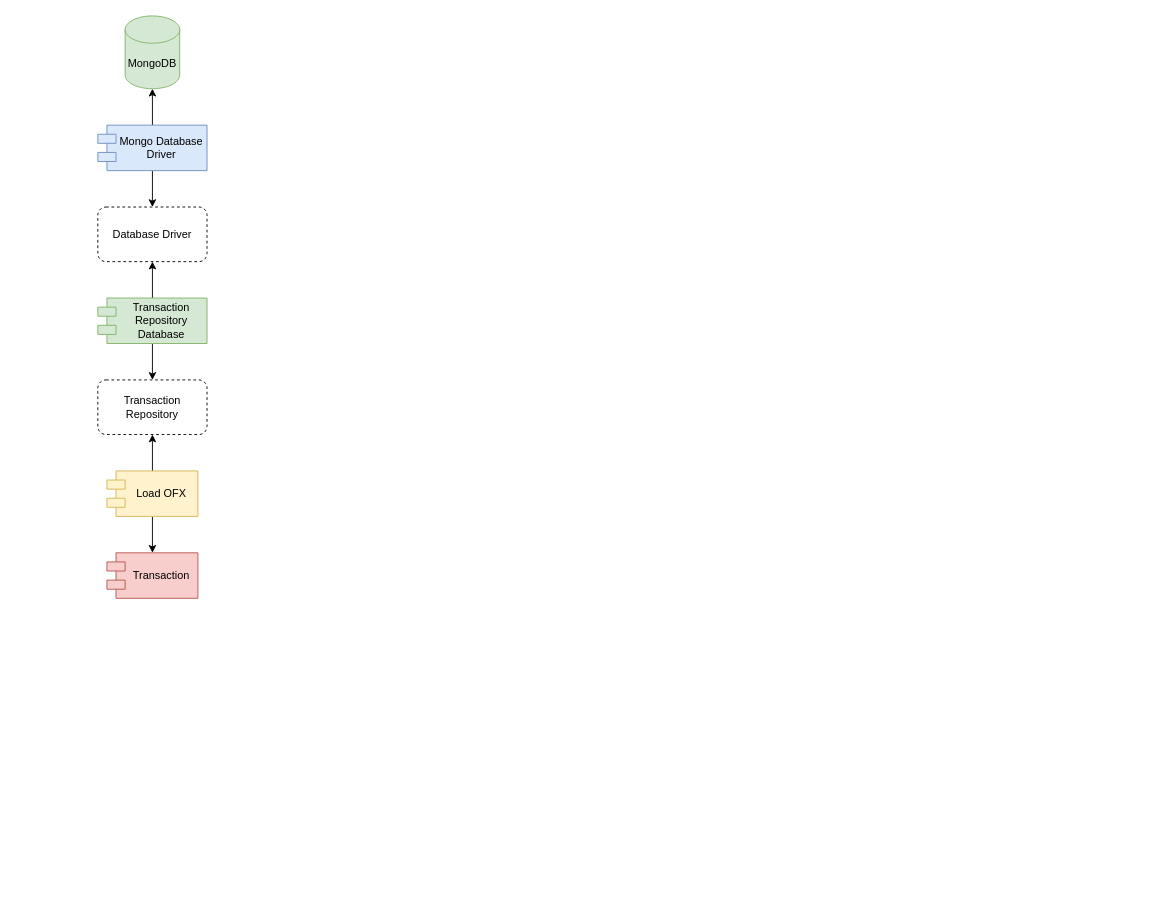
Above: page "load-ofx" (3 of 3) of System-Design.drawio in budget-saas/System-Design (draw.io), before the change. Source tidied: cells renumbered, new cells numbered last; positions are measured from the earlier drawing's top-left corner, leaving out a move shared by most shapes. Both pictures are drawn from the tidied source at 91%, with x=0, y=0 at pixel (97, 15).
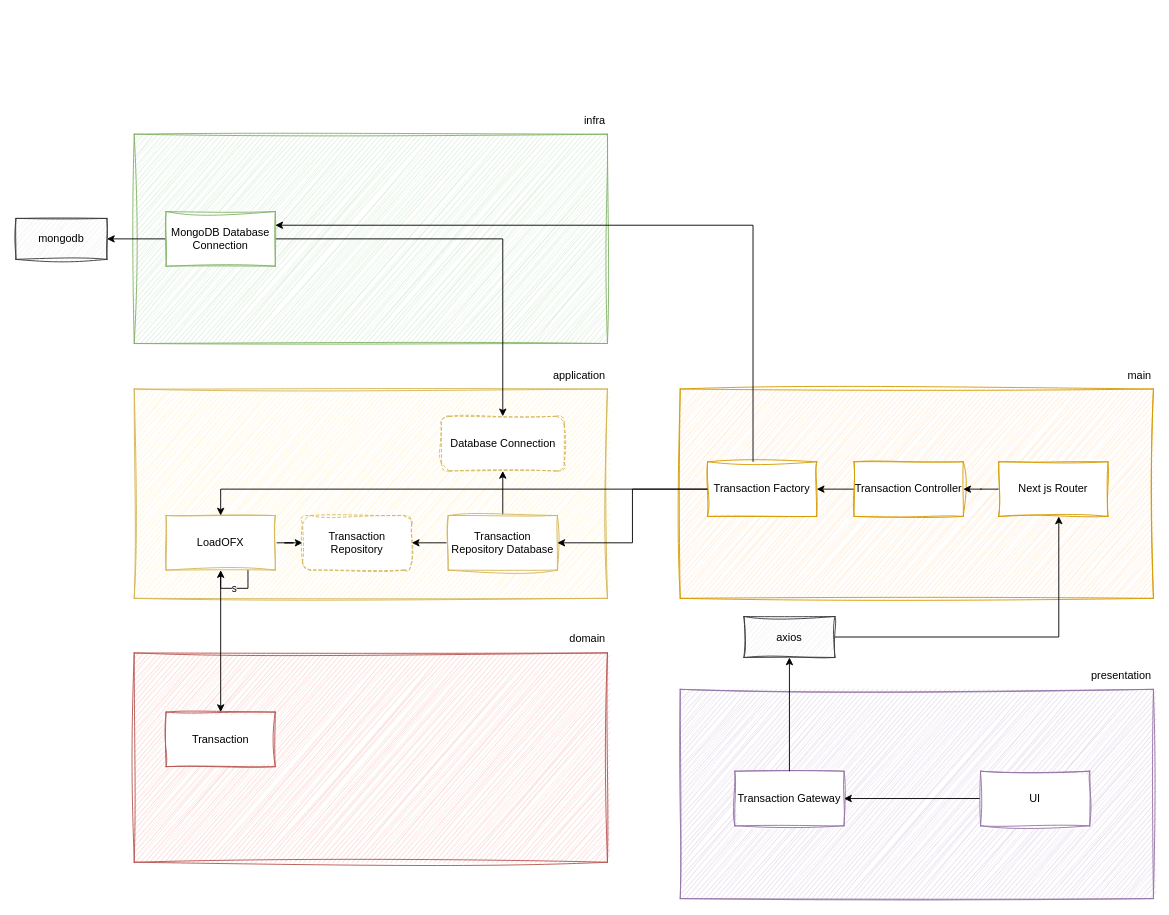
Above is the later version.

What changed in the source:
```diff
@@
-    <mxCell id="2" style="edgeStyle=orthogonalEdgeStyle;rounded=0;jettySize=auto;html=1;" parent="1" edge="1" source="4" target="5">
-      <mxGeometry relative="1" as="geometry" />
-    </mxCell>
-    <mxCell id="3" style="edgeStyle=orthogonalEdgeStyle;rounded=0;jettySize=auto;html=1;entryX=0.5;entryY=1;entryDx=0;entryDy=0;" parent="1" edge="1" source="4" target="6">
-      <mxGeometry relative="1" as="geometry" />
-    </mxCell>
-    <mxCell id="4" value="Load OFX" style="shape=module;align=left;spacingLeft=20;align=center;verticalAlign=middle;whiteSpace=wrap;html=1;fillColor=#fff2cc;strokeColor=#d6b656;" parent="1" vertex="1">
-      <mxGeometry x="10" y="500" width="100" height="50" as="geometry" />
-    </mxCell>
+    <mxCell id="15" style="group;" parent="1" vertex="1">
+      <mxGeometry x="40" y="100" width="520" height="260" as="geometry" />
+    </mxCell>
+    <mxCell id="16" style="rounded=0;whiteSpace=wrap;html=1;sketch=1;curveFitting=1;jiggle=2;fillColor=#d5e8d4;strokeColor=#82b366;" parent="15" vertex="1">
+      <mxGeometry y="30" width="520" height="230" as="geometry" />
+    </mxCell>
+    <mxCell id="17" value="infra" style="text;html=1;align=right;verticalAlign=middle;whiteSpace=wrap;rounded=0;" parent="15" vertex="1">
+      <mxGeometry x="460" width="60" height="30" as="geometry" />
+    </mxCell>
+    <mxCell id="18" style="group;" parent="1" vertex="1">
+      <mxGeometry x="40" y="380" width="520" height="260" as="geometry" />
+    </mxCell>
+    <mxCell id="19" style="rounded=0;whiteSpace=wrap;html=1;sketch=1;curveFitting=1;jiggle=2;fillColor=#fff2cc;strokeColor=#D6B656;" parent="18" vertex="1">
+      <mxGeometry y="30" width="520" height="230" as="geometry" />
+    </mxCell>
+    <mxCell id="20" value="application" style="text;html=1;align=right;verticalAlign=middle;whiteSpace=wrap;rounded=0;" parent="18" vertex="1">
+      <mxGeometry x="460" width="60" height="30" as="geometry" />
+    </mxCell>
+    <mxCell id="21" style="group;" parent="1" vertex="1">
+      <mxGeometry x="40" y="670" width="520" height="260" as="geometry" />
+    </mxCell>
+    <mxCell id="22" style="rounded=0;whiteSpace=wrap;html=1;sketch=1;curveFitting=1;jiggle=2;fillColor=#f8cecc;strokeColor=#b85450;" parent="21" vertex="1">
+      <mxGeometry y="30" width="520" height="230" as="geometry" />
+    </mxCell>
+    <mxCell id="23" value="domain" style="text;html=1;align=right;verticalAlign=middle;whiteSpace=wrap;rounded=0;" parent="21" vertex="1">
+      <mxGeometry x="460" width="60" height="30" as="geometry" />
+    </mxCell>
-    <mxCell id="5" value="Transaction" style="shape=module;align=left;spacingLeft=20;align=center;verticalAlign=middle;whiteSpace=wrap;html=1;fillColor=#f8cecc;strokeColor=#b85450;" parent="1" vertex="1">
-      <mxGeometry x="10" y="590" width="100" height="50" as="geometry" />
+    <mxCell id="5" value="Transaction" style="rounded=0;whiteSpace=wrap;html=1;strokeColor=#B85450;sketch=1;curveFitting=1;jiggle=2;" parent="1" vertex="1">
+      <mxGeometry x="75" y="765" width="120" height="60" as="geometry" />
     </mxCell>
+    <mxCell id="24" style="edgeStyle=orthogonalEdgeStyle;rounded=0;jettySize=auto;html=1;" parent="1" edge="1" source="26" target="6">
+      <mxGeometry relative="1" as="geometry" />
+    </mxCell>
+    <mxCell id="25" style="edgeStyle=orthogonalEdgeStyle;rounded=0;jettySize=auto;html=1;entryX=0.5;entryY=0;entryDx=0;entryDy=0;" parent="1" edge="1" source="26" target="5">
+      <mxGeometry relative="1" as="geometry" />
+    </mxCell>
+    <mxCell id="26" value="LoadOFX" style="rounded=0;whiteSpace=wrap;html=1;strokeColor=#D6B656;sketch=1;curveFitting=1;jiggle=2;" parent="1" vertex="1">
+      <mxGeometry x="75" y="549" width="120" height="60" as="geometry" />
+    </mxCell>
-    <mxCell id="6" value="Transaction Repository" style="rounded=1;whiteSpace=wrap;html=1;dashed=1;" parent="1" vertex="1">
-      <mxGeometry y="400" width="120" height="60" as="geometry" />
+    <mxCell id="6" value="Transaction Repository" style="rounded=1;whiteSpace=wrap;html=1;strokeColor=#D6B656;dashed=1;sketch=1;curveFitting=1;jiggle=2;" parent="1" vertex="1">
+      <mxGeometry x="225" y="549" width="120" height="60" as="geometry" />
     </mxCell>
@@
-    <mxCell id="8" style="edgeStyle=orthogonalEdgeStyle;rounded=0;jettySize=auto;html=1;" parent="1" edge="1" source="9" target="10">
-      <mxGeometry relative="1" as="geometry" />
-    </mxCell>
+    <mxCell id="27" style="edgeStyle=orthogonalEdgeStyle;rounded=0;jettySize=auto;html=1;" parent="1" edge="1" source="9" target="28">
+      <mxGeometry relative="1" as="geometry" />
+    </mxCell>
-    <mxCell id="9" value="Transaction Repository Database" style="shape=module;align=left;spacingLeft=20;align=center;verticalAlign=middle;whiteSpace=wrap;html=1;fillColor=#d5e8d4;strokeColor=#82b366;" parent="1" vertex="1">
-      <mxGeometry y="310" width="120" height="50" as="geometry" />
+    <mxCell id="9" value="Transaction Repository Database" style="rounded=0;whiteSpace=wrap;html=1;strokeColor=#D6B656;sketch=1;curveFitting=1;jiggle=2;" parent="1" vertex="1">
+      <mxGeometry x="385" y="549" width="120" height="60" as="geometry" />
     </mxCell>
-    <mxCell id="10" value="Database Driver" style="rounded=1;whiteSpace=wrap;html=1;dashed=1;" parent="1" vertex="1">
-      <mxGeometry y="210" width="120" height="60" as="geometry" />
-    </mxCell>
-    <mxCell id="11" style="edgeStyle=orthogonalEdgeStyle;rounded=0;jettySize=auto;html=1;" parent="1" edge="1" source="13" target="10">
-      <mxGeometry relative="1" as="geometry" />
-    </mxCell>
-    <mxCell id="12" style="edgeStyle=orthogonalEdgeStyle;rounded=0;jettySize=auto;html=1;" parent="1" edge="1" source="13" target="14">
-      <mxGeometry relative="1" as="geometry" />
-    </mxCell>
-    <mxCell id="13" value="Mongo Database Driver" style="shape=module;align=left;spacingLeft=20;align=center;verticalAlign=middle;whiteSpace=wrap;html=1;fillColor=#dae8fc;strokeColor=#6c8ebf;" parent="1" vertex="1">
-      <mxGeometry y="120" width="120" height="50" as="geometry" />
-    </mxCell>
-    <mxCell id="14" value="MongoDB" style="shape=cylinder3;whiteSpace=wrap;html=1;boundedLbl=1;backgroundOutline=1;size=15;fillColor=#d5e8d4;strokeColor=#82b366;" parent="1" vertex="1">
-      <mxGeometry x="30" width="60" height="80" as="geometry" />
-    </mxCell>
+    <mxCell id="28" value="Database Connection" style="rounded=1;whiteSpace=wrap;html=1;strokeColor=#D6B656;sketch=1;curveFitting=1;jiggle=2;dashed=1;" parent="1" vertex="1">
+      <mxGeometry x="377.5" y="440" width="135" height="60" as="geometry" />
+    </mxCell>
+    <mxCell id="29" style="edgeStyle=orthogonalEdgeStyle;rounded=0;jettySize=auto;html=1;entryX=0.5;entryY=0;entryDx=0;entryDy=0;" parent="1" edge="1" source="31" target="28">
+      <mxGeometry relative="1" as="geometry" />
+    </mxCell>
+    <mxCell id="30" style="edgeStyle=orthogonalEdgeStyle;rounded=0;jettySize=auto;html=1;entryX=1;entryY=0.5;entryDx=0;entryDy=0;" parent="1" edge="1" source="31" target="32">
+      <mxGeometry relative="1" as="geometry" />
+    </mxCell>
+    <mxCell id="31" value="MongoDB Database Connection" style="rounded=0;whiteSpace=wrap;html=1;strokeColor=#82B366;sketch=1;curveFitting=1;jiggle=2;" parent="1" vertex="1">
+      <mxGeometry x="75" y="215" width="120" height="60" as="geometry" />
+    </mxCell>
+    <mxCell id="32" value="mongodb" style="rounded=0;whiteSpace=wrap;html=1;sketch=1;curveFitting=1;jiggle=2;fillColor=#eeeeee;strokeColor=#36393d;" parent="1" vertex="1">
+      <mxGeometry x="-90" y="222.5" width="100" height="45" as="geometry" />
+    </mxCell>
+    <mxCell id="33" style="group;" parent="1" vertex="1">
+      <mxGeometry x="640" y="380" width="520" height="260" as="geometry" />
+    </mxCell>
+    <mxCell id="34" style="rounded=0;whiteSpace=wrap;html=1;sketch=1;curveFitting=1;jiggle=2;fillColor=#ffe6cc;strokeColor=#d79b00;" parent="33" vertex="1">
+      <mxGeometry y="30" width="520" height="230" as="geometry" />
+    </mxCell>
+    <mxCell id="35" value="main" style="text;html=1;align=right;verticalAlign=middle;whiteSpace=wrap;rounded=0;" parent="33" vertex="1">
+      <mxGeometry x="460" width="60" height="30" as="geometry" />
+    </mxCell>
+    <mxCell id="36" value="Transaction Factory" style="rounded=0;whiteSpace=wrap;html=1;strokeColor=#D79B00;sketch=1;curveFitting=1;jiggle=2;" parent="33" vertex="1">
+      <mxGeometry x="30" y="110" width="120" height="60" as="geometry" />
+    </mxCell>
+    <mxCell id="37" style="edgeStyle=orthogonalEdgeStyle;rounded=0;jettySize=auto;html=1;" parent="33" edge="1" source="38" target="36">
+      <mxGeometry relative="1" as="geometry" />
+    </mxCell>
+    <mxCell id="38" value="Transaction Controller" style="rounded=0;whiteSpace=wrap;html=1;strokeColor=#D79B00;sketch=1;curveFitting=1;jiggle=2;" parent="33" vertex="1">
+      <mxGeometry x="191" y="110" width="120" height="60" as="geometry" />
+    </mxCell>
+    <mxCell id="39" style="edgeStyle=orthogonalEdgeStyle;rounded=0;jettySize=auto;html=1;" parent="33" edge="1" source="40" target="38">
+      <mxGeometry relative="1" as="geometry" />
+    </mxCell>
+    <mxCell id="40" value="Next js Router" style="rounded=0;whiteSpace=wrap;html=1;strokeColor=#D79B00;sketch=1;curveFitting=1;jiggle=2;" parent="33" vertex="1">
+      <mxGeometry x="350" y="110" width="120" height="60" as="geometry" />
+    </mxCell>
+    <mxCell id="41" style="edgeStyle=orthogonalEdgeStyle;rounded=0;jettySize=auto;html=1;" parent="1" edge="1" source="36" target="9">
+      <mxGeometry relative="1" as="geometry" />
+    </mxCell>
+    <mxCell id="42" style="edgeStyle=orthogonalEdgeStyle;rounded=0;jettySize=auto;html=1;entryX=0.5;entryY=0;entryDx=0;entryDy=0;" parent="1" edge="1" source="36" target="26">
+      <mxGeometry relative="1" as="geometry">
+        <Array as="points">
+          <mxPoint x="135" y="520" />
+        </Array>
+      </mxGeometry>
+    </mxCell>
+    <mxCell id="43" style="edgeStyle=orthogonalEdgeStyle;rounded=0;jettySize=auto;html=1;entryX=1;entryY=0.25;entryDx=0;entryDy=0;" parent="1" edge="1" source="36" target="31">
+      <mxGeometry relative="1" as="geometry">
+        <Array as="points">
+          <mxPoint x="720" y="230" />
+        </Array>
+      </mxGeometry>
+    </mxCell>
+    <mxCell id="44" style="group;" parent="1" vertex="1">
+      <mxGeometry x="640" y="710" width="520" height="260" as="geometry" />
+    </mxCell>
+    <mxCell id="45" style="rounded=0;whiteSpace=wrap;html=1;sketch=1;curveFitting=1;jiggle=2;fillColor=#e1d5e7;strokeColor=#9673A6;" parent="44" vertex="1">
+      <mxGeometry y="30" width="520" height="230" as="geometry" />
+    </mxCell>
+    <mxCell id="46" value="presentation" style="text;html=1;align=right;verticalAlign=middle;whiteSpace=wrap;rounded=0;" parent="44" vertex="1">
+      <mxGeometry x="460" width="60" height="30" as="geometry" />
+    </mxCell>
+    <mxCell id="47" value="Transaction Gateway" style="rounded=0;whiteSpace=wrap;html=1;strokeColor=#9673A6;sketch=1;curveFitting=1;jiggle=2;" parent="44" vertex="1">
+      <mxGeometry x="60" y="120" width="120" height="60" as="geometry" />
+    </mxCell>
+    <mxCell id="48" style="edgeStyle=orthogonalEdgeStyle;rounded=0;jettySize=auto;html=1;entryX=1;entryY=0.5;entryDx=0;entryDy=0;" parent="44" edge="1" source="49" target="47">
+      <mxGeometry relative="1" as="geometry" />
+    </mxCell>
+    <mxCell id="49" value="UI" style="rounded=0;whiteSpace=wrap;html=1;strokeColor=#9673A6;sketch=1;curveFitting=1;jiggle=2;" parent="44" vertex="1">
+      <mxGeometry x="330" y="120" width="120" height="60" as="geometry" />
+    </mxCell>
+    <mxCell id="50" style="edgeStyle=orthogonalEdgeStyle;rounded=0;jettySize=auto;html=1;entryX=0.55;entryY=1;entryDx=0;entryDy=0;entryPerimeter=0;" parent="1" edge="1" source="51" target="40">
+      <mxGeometry relative="1" as="geometry" />
+    </mxCell>
+    <mxCell id="51" value="axios" style="rounded=0;whiteSpace=wrap;html=1;sketch=1;curveFitting=1;jiggle=2;fillColor=#eeeeee;strokeColor=#36393d;" parent="1" vertex="1">
+      <mxGeometry x="710" y="660" width="100" height="45" as="geometry" />
+    </mxCell>
+    <mxCell id="52" style="edgeStyle=orthogonalEdgeStyle;rounded=0;jettySize=auto;html=1;" parent="1" edge="1" source="47" target="51">
+      <mxGeometry relative="1" as="geometry" />
+    </mxCell>
+    <mxCell id="53" value="s" style="edgeStyle=orthogonalEdgeStyle;rounded=0;orthogonalLoop=1;jettySize=auto;html=1;exitX=0.75;exitY=1;exitDx=0;exitDy=0;" parent="1" edge="1" source="26" target="26">
+      <mxGeometry relative="1" as="geometry" />
+    </mxCell>
```
